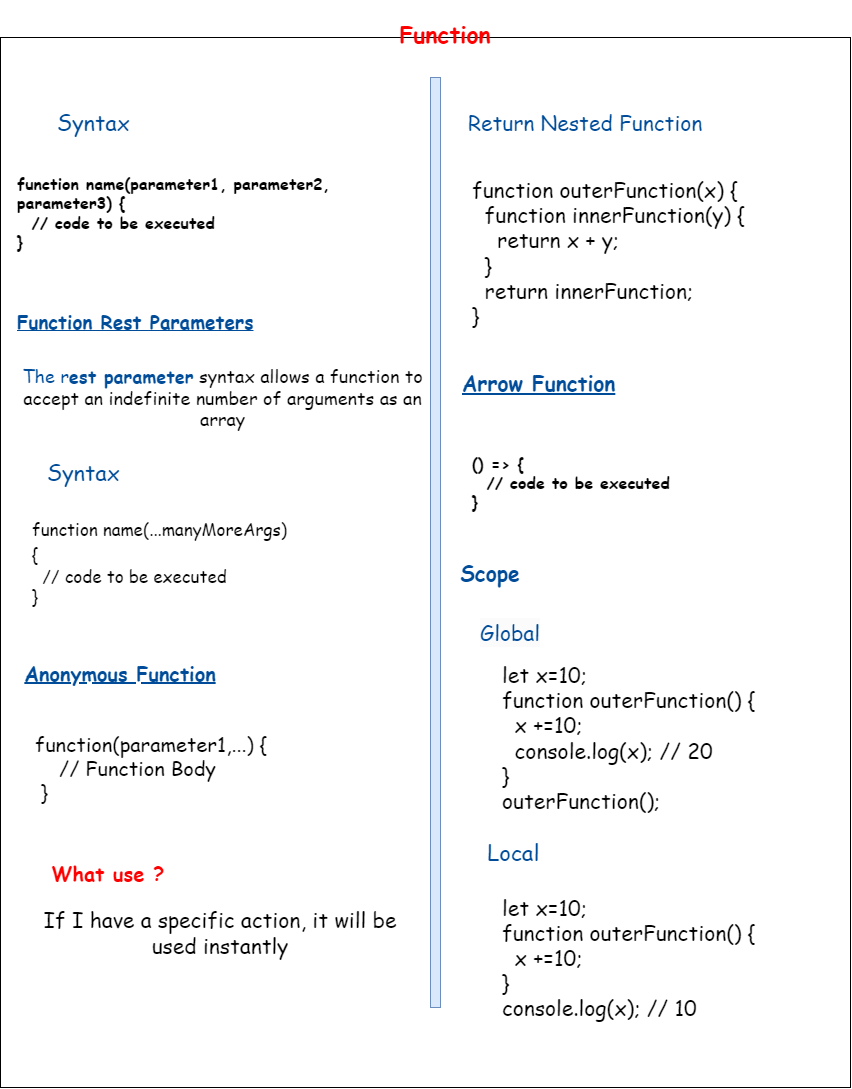
SABRY225/RoadMap-JS keeps this draw.io diagram as 7- Function/Diagram.png. Above is the earlier version. Source tidied: cells renumbered, new cells last; positions are measured from the earlier drawing's top-left corner, leaving out a move shared by most shapes. Source of this version:
```xml
<mxGraphModel>
  <root>
    <mxCell id="0" />
    <mxCell id="1" parent="0" />
    <mxCell id="2" style="rounded=0;whiteSpace=wrap;html=1;" parent="1" vertex="1">
      <mxGeometry y="20" width="850" height="1050" as="geometry" />
    </mxCell>
    <mxCell id="3" value="&lt;h1 style=&quot;&quot;&gt;&lt;font color=&quot;#ff0000&quot; style=&quot;font-size: 23px;&quot;&gt;Function&lt;/font&gt;&lt;/h1&gt;" style="text;html=1;strokeColor=none;fillColor=none;align=center;verticalAlign=middle;whiteSpace=wrap;rounded=0;fontFamily=Comic Sans MS;fontStyle=1;fontSize=13;" parent="1" vertex="1">
      <mxGeometry x="390" width="110" height="30" as="geometry" />
    </mxCell>
    <mxCell id="4" style="rounded=0;whiteSpace=wrap;html=1;fontFamily=Comic Sans MS;fontSize=21;fillColor=#dae8fc;strokeColor=#6c8ebf;" parent="1" vertex="1">
      <mxGeometry x="430" y="60" width="10" height="930" as="geometry" />
    </mxCell>
    <mxCell id="5" value="&lt;h4 style=&quot;box-sizing: inherit; font-weight: 400; margin: 10px 0px; text-align: start; background-color: rgb(255, 255, 255);&quot;&gt;&lt;font color=&quot;#004c99&quot; style=&quot;font-size: 22px;&quot;&gt;&amp;nbsp;Syntax&lt;/font&gt;&lt;/h4&gt;" style="text;html=1;strokeColor=none;fillColor=none;align=center;verticalAlign=middle;whiteSpace=wrap;rounded=0;fontSize=21;fontFamily=Comic Sans MS;fontColor=#FF0000;" parent="1" vertex="1">
      <mxGeometry x="40" y="90" width="100" height="30" as="geometry" />
    </mxCell>
    <mxCell id="6" value="&lt;div style=&quot;font-size: 16px;&quot;&gt;&lt;font color=&quot;#000000&quot; style=&quot;font-size: 16px;&quot;&gt;&lt;b&gt;&lt;font style=&quot;font-size: 16px;&quot;&gt;function name(parameter1, parameter2, parameter3)&lt;/font&gt;&lt;font style=&quot;font-size: 16px;&quot;&gt; {&lt;/font&gt;&lt;/b&gt;&lt;/font&gt;&lt;/div&gt;&lt;div style=&quot;font-size: 16px;&quot;&gt;&lt;font color=&quot;#000000&quot; style=&quot;font-size: 16px;&quot;&gt;&lt;b&gt;&amp;nbsp; // code to be executed&lt;/b&gt;&lt;/font&gt;&lt;/div&gt;&lt;div style=&quot;font-size: 16px;&quot;&gt;&lt;font color=&quot;#000000&quot; style=&quot;font-size: 16px;&quot;&gt;&lt;b&gt;}&lt;/b&gt;&lt;/font&gt;&lt;/div&gt;" style="text;html=1;strokeColor=none;fillColor=none;align=left;verticalAlign=middle;whiteSpace=wrap;rounded=0;fontSize=22;fontFamily=Comic Sans MS;fontColor=#FF0000;" parent="1" vertex="1">
      <mxGeometry x="15" y="150" width="415" height="90" as="geometry" />
    </mxCell>
    <mxCell id="7" value="&lt;u&gt;&lt;b&gt;&lt;font style=&quot;font-size: 19px;&quot;&gt;Function Rest Parameters&lt;/font&gt;&lt;/b&gt;&lt;/u&gt;" style="text;html=1;strokeColor=none;fillColor=none;align=left;verticalAlign=middle;whiteSpace=wrap;rounded=0;fontSize=16;fontFamily=Comic Sans MS;fontColor=#004C99;" parent="1" vertex="1">
      <mxGeometry x="15" y="290" width="265" height="30" as="geometry" />
    </mxCell>
    <mxCell id="8" value="The r&lt;b&gt;est parameter&lt;/b&gt; &lt;font color=&quot;#000000&quot;&gt;syntax allows a function to accept an indefinite number of arguments as an array&lt;/font&gt;" style="text;html=1;strokeColor=none;fillColor=none;align=center;verticalAlign=middle;whiteSpace=wrap;rounded=0;fontSize=18;fontFamily=Comic Sans MS;fontColor=#004C99;" parent="1" vertex="1">
      <mxGeometry x="15" y="350" width="415" height="60" as="geometry" />
    </mxCell>
    <mxCell id="9" value="&lt;h4 style=&quot;box-sizing: inherit; font-weight: 400; margin: 10px 0px; text-align: start; background-color: rgb(255, 255, 255);&quot;&gt;&lt;font color=&quot;#004c99&quot; style=&quot;font-size: 22px;&quot;&gt;&amp;nbsp;Syntax&lt;/font&gt;&lt;/h4&gt;" style="text;html=1;strokeColor=none;fillColor=none;align=center;verticalAlign=middle;whiteSpace=wrap;rounded=0;fontSize=21;fontFamily=Comic Sans MS;fontColor=#FF0000;" parent="1" vertex="1">
      <mxGeometry x="30" y="440" width="100" height="30" as="geometry" />
    </mxCell>
    <mxCell id="10" value="&lt;div style=&quot;font-size: 17px;&quot;&gt;&lt;font color=&quot;#000000&quot; style=&quot;font-size: 17px;&quot;&gt;&lt;font style=&quot;font-size: 17px;&quot;&gt;function name(...manyMoreArgs)&lt;/font&gt;&lt;/font&gt;&lt;/div&gt;&lt;font style=&quot;font-size: 17px;&quot;&gt;&lt;font style=&quot;color: rgb(0, 0, 0); background-color: initial; font-size: 17px;&quot;&gt;{&lt;/font&gt;&lt;font style=&quot;font-size: 17px;&quot; color=&quot;#000000&quot;&gt;&lt;br&gt;&lt;/font&gt;&lt;/font&gt;&lt;div style=&quot;font-size: 17px;&quot;&gt;&lt;font color=&quot;#000000&quot; style=&quot;font-size: 17px;&quot;&gt;&amp;nbsp; // code to be executed&lt;/font&gt;&lt;/div&gt;&lt;div style=&quot;font-size: 17px;&quot;&gt;&lt;font color=&quot;#000000&quot; style=&quot;font-size: 17px;&quot;&gt;}&lt;/font&gt;&lt;/div&gt;" style="text;html=1;strokeColor=none;fillColor=none;align=left;verticalAlign=middle;whiteSpace=wrap;rounded=0;fontSize=22;fontFamily=Comic Sans MS;fontColor=#FF0000;" parent="1" vertex="1">
      <mxGeometry x="30" y="500" width="380" height="90" as="geometry" />
    </mxCell>
    <mxCell id="11" value="&lt;b&gt;&lt;font color=&quot;#004c99&quot; style=&quot;font-size: 20px;&quot;&gt;&lt;u&gt;Anonymous Function&lt;/u&gt;&lt;/font&gt;&lt;/b&gt;" style="text;html=1;strokeColor=none;fillColor=none;align=center;verticalAlign=middle;whiteSpace=wrap;rounded=0;fontSize=17;fontFamily=Comic Sans MS;fontColor=#000000;" parent="1" vertex="1">
      <mxGeometry x="20" y="640" width="200" height="30" as="geometry" />
    </mxCell>
    <mxCell id="12" value="&lt;div&gt;function(parameter1,...) {&lt;/div&gt;&lt;div&gt;&amp;nbsp; &amp;nbsp; // Function Body&lt;/div&gt;&lt;div&gt;&amp;nbsp;}&lt;/div&gt;" style="text;html=1;strokeColor=none;fillColor=none;align=left;verticalAlign=middle;whiteSpace=wrap;rounded=0;fontSize=20;fontFamily=Comic Sans MS;fontColor=#000000;" parent="1" vertex="1">
      <mxGeometry x="32.5" y="700" width="247.5" height="100" as="geometry" />
    </mxCell>
    <mxCell id="13" value="&lt;font style=&quot;font-size: 21px;&quot;&gt;If I have a specific action, it will be used instantly&lt;/font&gt;" style="text;html=1;strokeColor=none;fillColor=none;align=center;verticalAlign=middle;whiteSpace=wrap;rounded=0;fontSize=20;fontFamily=Comic Sans MS;fontColor=#000000;" parent="1" vertex="1">
      <mxGeometry x="40" y="880" width="360" height="70" as="geometry" />
    </mxCell>
    <mxCell id="14" value="&lt;font color=&quot;#ff0000&quot;&gt;&lt;b&gt;What use ?&lt;/b&gt;&lt;/font&gt;" style="text;html=1;strokeColor=none;fillColor=none;align=center;verticalAlign=middle;whiteSpace=wrap;rounded=0;fontSize=20;fontFamily=Comic Sans MS;fontColor=#000000;" parent="1" vertex="1">
      <mxGeometry x="32.5" y="840" width="150" height="30" as="geometry" />
    </mxCell>
    <mxCell id="15" value="&lt;font color=&quot;#004c99&quot;&gt;Return Nested Function&lt;/font&gt;" style="text;html=1;strokeColor=none;fillColor=none;align=center;verticalAlign=middle;whiteSpace=wrap;rounded=0;fontSize=21;fontFamily=Comic Sans MS;fontColor=#FF0000;" parent="1" vertex="1">
      <mxGeometry x="460" y="90" width="250" height="30" as="geometry" />
    </mxCell>
    <mxCell id="16" value="&lt;div&gt;&lt;span style=&quot;color: rgb(0, 0, 0); background-color: initial;&quot;&gt;function outerFunction(x) {&lt;/span&gt;&lt;br&gt;&lt;/div&gt;&lt;div&gt;&lt;font color=&quot;#000000&quot;&gt;&amp;nbsp; function innerFunction(y) {&lt;/font&gt;&lt;/div&gt;&lt;div&gt;&lt;font color=&quot;#000000&quot;&gt;&amp;nbsp; &amp;nbsp; return x + y;&lt;/font&gt;&lt;/div&gt;&lt;div&gt;&lt;font color=&quot;#000000&quot;&gt;&amp;nbsp; }&lt;/font&gt;&lt;/div&gt;&lt;div&gt;&lt;font color=&quot;#000000&quot;&gt;&amp;nbsp; return innerFunction;&lt;/font&gt;&lt;/div&gt;&lt;div&gt;&lt;font color=&quot;#000000&quot;&gt;}&lt;/font&gt;&lt;/div&gt;" style="text;html=1;strokeColor=none;fillColor=none;align=left;verticalAlign=middle;whiteSpace=wrap;rounded=0;fontSize=21;fontFamily=Comic Sans MS;fontColor=#004C99;" parent="1" vertex="1">
      <mxGeometry x="470" y="140" width="340" height="190" as="geometry" />
    </mxCell>
    <mxCell id="17" value="&lt;b&gt;&lt;u&gt;&lt;font color=&quot;#004c99&quot;&gt;Arrow Function &lt;/font&gt;&lt;/u&gt;&lt;/b&gt;" style="text;html=1;strokeColor=none;fillColor=none;align=left;verticalAlign=middle;whiteSpace=wrap;rounded=0;fontSize=21;fontFamily=Comic Sans MS;fontColor=#000000;" parent="1" vertex="1">
      <mxGeometry x="460" y="350" width="180" height="30" as="geometry" />
    </mxCell>
    <mxCell id="18" value="&lt;div style=&quot;font-size: 16px;&quot;&gt;&lt;font color=&quot;#000000&quot; style=&quot;font-size: 16px;&quot;&gt;&lt;b&gt;&lt;font style=&quot;font-size: 16px;&quot;&gt;() =&amp;gt;&amp;nbsp;&lt;/font&gt;&lt;/b&gt;&lt;/font&gt;&lt;b style=&quot;color: rgb(0, 0, 0); background-color: initial;&quot;&gt;{&lt;/b&gt;&lt;/div&gt;&lt;div style=&quot;font-size: 16px;&quot;&gt;&lt;font color=&quot;#000000&quot; style=&quot;font-size: 16px;&quot;&gt;&lt;b&gt;&amp;nbsp; // code to be executed&lt;/b&gt;&lt;/font&gt;&lt;/div&gt;&lt;div style=&quot;font-size: 16px;&quot;&gt;&lt;font color=&quot;#000000&quot; style=&quot;font-size: 16px;&quot;&gt;&lt;b&gt;}&lt;/b&gt;&lt;/font&gt;&lt;/div&gt;" style="text;html=1;strokeColor=none;fillColor=none;align=left;verticalAlign=middle;whiteSpace=wrap;rounded=0;fontSize=22;fontFamily=Comic Sans MS;fontColor=#FF0000;" parent="1" vertex="1">
      <mxGeometry x="470" y="420" width="370" height="90" as="geometry" />
    </mxCell>
    <mxCell id="19" value="&lt;b&gt;Scope&lt;/b&gt;" style="text;html=1;strokeColor=none;fillColor=none;align=center;verticalAlign=middle;whiteSpace=wrap;rounded=0;fontSize=21;fontFamily=Comic Sans MS;fontColor=#004C99;" parent="1" vertex="1">
      <mxGeometry x="460" y="540" width="60" height="30" as="geometry" />
    </mxCell>
    <mxCell id="20" value="&lt;font style=&quot;font-size: 22px;&quot;&gt;&amp;nbsp;Local&lt;/font&gt;" style="text;html=1;strokeColor=none;fillColor=none;align=center;verticalAlign=middle;whiteSpace=wrap;rounded=0;fontSize=21;fontFamily=Comic Sans MS;fontColor=#004C99;" parent="1" vertex="1">
      <mxGeometry x="470" y="820" width="80" height="30" as="geometry" />
    </mxCell>
    <mxCell id="21" value="&lt;span style=&quot;color: rgb(0, 76, 153); font-family: &amp;quot;Comic Sans MS&amp;quot;; font-size: 21px; font-style: normal; font-variant-ligatures: normal; font-variant-caps: normal; font-weight: 400; letter-spacing: normal; orphans: 2; text-align: center; text-indent: 0px; text-transform: none; widows: 2; word-spacing: 0px; -webkit-text-stroke-width: 0px; background-color: rgb(251, 251, 251); text-decoration-thickness: initial; text-decoration-style: initial; text-decoration-color: initial; float: none; display: inline !important;&quot;&gt;Global&lt;/span&gt;" style="text;html=1;strokeColor=none;fillColor=none;align=center;verticalAlign=middle;whiteSpace=wrap;rounded=0;fontSize=21;fontFamily=Comic Sans MS;fontColor=#004C99;" parent="1" vertex="1">
      <mxGeometry x="460" y="600" width="100" height="30" as="geometry" />
    </mxCell>
    <mxCell id="22" value="&lt;div&gt;&lt;font color=&quot;#000000&quot;&gt;let x=10;&lt;/font&gt;&lt;/div&gt;&lt;div&gt;&lt;font color=&quot;#000000&quot;&gt;function outerFunction() {&lt;/font&gt;&lt;/div&gt;&lt;div&gt;&lt;font color=&quot;#000000&quot;&gt;&amp;nbsp; x +=10;&lt;/font&gt;&lt;/div&gt;&lt;div&gt;&lt;font color=&quot;#000000&quot;&gt;&amp;nbsp; console.log(x); // 20&lt;/font&gt;&lt;/div&gt;&lt;div&gt;&lt;font color=&quot;#000000&quot;&gt;}&lt;/font&gt;&lt;/div&gt;&lt;div&gt;&lt;font color=&quot;#000000&quot;&gt;outerFunction();&lt;/font&gt;&lt;/div&gt;" style="text;html=1;align=left;verticalAlign=middle;whiteSpace=wrap;rounded=0;fontSize=21;fontFamily=Comic Sans MS;" parent="1" vertex="1">
      <mxGeometry x="500" y="640" width="300" height="160" as="geometry" />
    </mxCell>
    <mxCell id="23" value="&lt;font color=&quot;#000000&quot;&gt;let x=10;&lt;br&gt;function outerFunction() {&lt;br&gt;&amp;nbsp; x +=10;&lt;br&gt;}&lt;br&gt;console.log(x); // 10&lt;/font&gt;" style="text;html=1;strokeColor=none;fillColor=none;align=left;verticalAlign=middle;whiteSpace=wrap;rounded=0;fontSize=21;fontFamily=Comic Sans MS;fontColor=#004C99;" parent="1" vertex="1">
      <mxGeometry x="500" y="870" width="300" height="140" as="geometry" />
    </mxCell>
  </root>
</mxGraphModel>
```
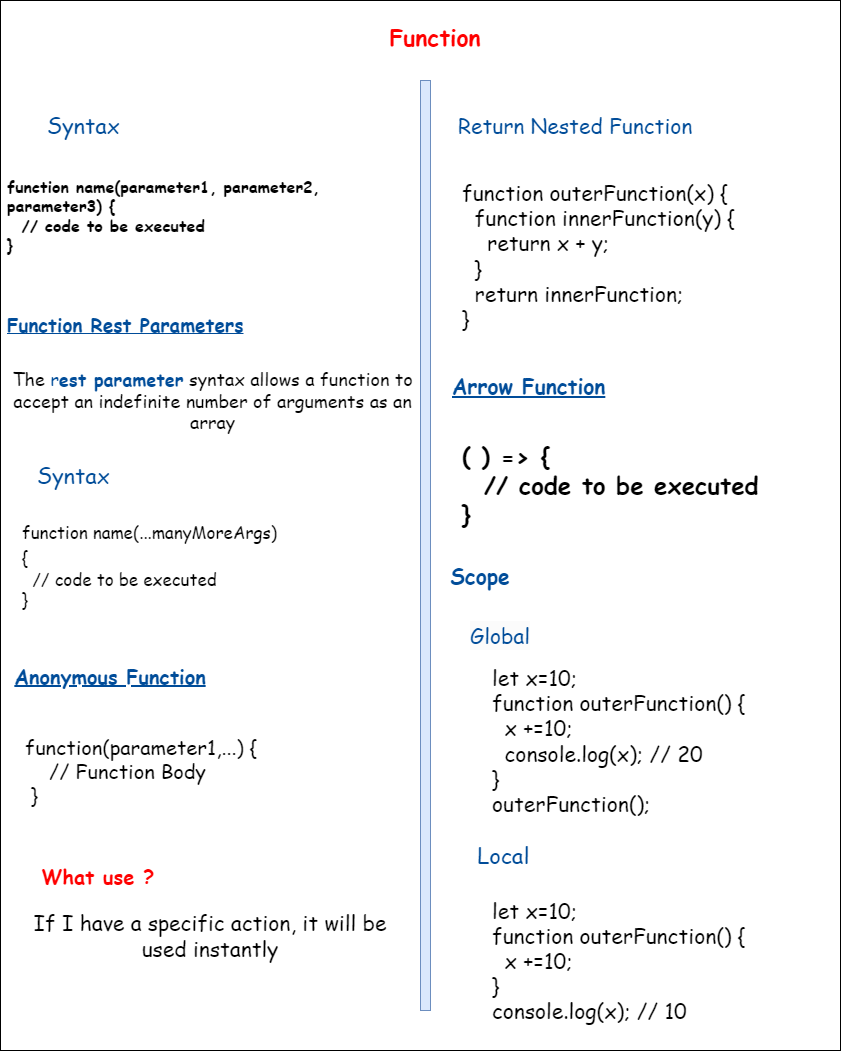
After the change.

Commit message:
add Edite in File Function

The edit, as a diff of the source:
```diff
@@ -3,7 +3,7 @@
     <mxCell id="0" />
     <mxCell id="1" parent="0" />
     <mxCell id="2" style="rounded=0;whiteSpace=wrap;html=1;" parent="1" vertex="1">
-      <mxGeometry y="20" width="850" height="1050" as="geometry" />
+      <mxGeometry x="10" y="-20" width="840" height="1050" as="geometry" />
     </mxCell>
     <mxCell id="3" value="&lt;h1 style=&quot;&quot;&gt;&lt;font color=&quot;#ff0000&quot; style=&quot;font-size: 23px;&quot;&gt;Function&lt;/font&gt;&lt;/h1&gt;" style="text;html=1;strokeColor=none;fillColor=none;align=center;verticalAlign=middle;whiteSpace=wrap;rounded=0;fontFamily=Comic Sans MS;fontStyle=1;fontSize=13;" parent="1" vertex="1">
       <mxGeometry x="390" width="110" height="30" as="geometry" />
@@ -20,7 +20,7 @@
     <mxCell id="7" value="&lt;u&gt;&lt;b&gt;&lt;font style=&quot;font-size: 19px;&quot;&gt;Function Rest Parameters&lt;/font&gt;&lt;/b&gt;&lt;/u&gt;" style="text;html=1;strokeColor=none;fillColor=none;align=left;verticalAlign=middle;whiteSpace=wrap;rounded=0;fontSize=16;fontFamily=Comic Sans MS;fontColor=#004C99;" parent="1" vertex="1">
       <mxGeometry x="15" y="290" width="265" height="30" as="geometry" />
     </mxCell>
-    <mxCell id="8" value="The r&lt;b&gt;est parameter&lt;/b&gt; &lt;font color=&quot;#000000&quot;&gt;syntax allows a function to accept an indefinite number of arguments as an array&lt;/font&gt;" style="text;html=1;strokeColor=none;fillColor=none;align=center;verticalAlign=middle;whiteSpace=wrap;rounded=0;fontSize=18;fontFamily=Comic Sans MS;fontColor=#004C99;" parent="1" vertex="1">
+    <mxCell id="8" value="&lt;font color=&quot;#000000&quot;&gt;The &lt;/font&gt;r&lt;b&gt;est parameter&lt;/b&gt; &lt;font color=&quot;#000000&quot;&gt;syntax allows a function to accept an indefinite number of arguments as an array&lt;/font&gt;" style="text;html=1;strokeColor=none;fillColor=none;align=center;verticalAlign=middle;whiteSpace=wrap;rounded=0;fontSize=18;fontFamily=Comic Sans MS;fontColor=#004C99;" parent="1" vertex="1">
       <mxGeometry x="15" y="350" width="415" height="60" as="geometry" />
     </mxCell>
     <mxCell id="9" value="&lt;h4 style=&quot;box-sizing: inherit; font-weight: 400; margin: 10px 0px; text-align: start; background-color: rgb(255, 255, 255);&quot;&gt;&lt;font color=&quot;#004c99&quot; style=&quot;font-size: 22px;&quot;&gt;&amp;nbsp;Syntax&lt;/font&gt;&lt;/h4&gt;" style="text;html=1;strokeColor=none;fillColor=none;align=center;verticalAlign=middle;whiteSpace=wrap;rounded=0;fontSize=21;fontFamily=Comic Sans MS;fontColor=#FF0000;" parent="1" vertex="1">
@@ -50,7 +50,7 @@
     <mxCell id="17" value="&lt;b&gt;&lt;u&gt;&lt;font color=&quot;#004c99&quot;&gt;Arrow Function &lt;/font&gt;&lt;/u&gt;&lt;/b&gt;" style="text;html=1;strokeColor=none;fillColor=none;align=left;verticalAlign=middle;whiteSpace=wrap;rounded=0;fontSize=21;fontFamily=Comic Sans MS;fontColor=#000000;" parent="1" vertex="1">
       <mxGeometry x="460" y="350" width="180" height="30" as="geometry" />
     </mxCell>
-    <mxCell id="18" value="&lt;div style=&quot;font-size: 16px;&quot;&gt;&lt;font color=&quot;#000000&quot; style=&quot;font-size: 16px;&quot;&gt;&lt;b&gt;&lt;font style=&quot;font-size: 16px;&quot;&gt;() =&amp;gt;&amp;nbsp;&lt;/font&gt;&lt;/b&gt;&lt;/font&gt;&lt;b style=&quot;color: rgb(0, 0, 0); background-color: initial;&quot;&gt;{&lt;/b&gt;&lt;/div&gt;&lt;div style=&quot;font-size: 16px;&quot;&gt;&lt;font color=&quot;#000000&quot; style=&quot;font-size: 16px;&quot;&gt;&lt;b&gt;&amp;nbsp; // code to be executed&lt;/b&gt;&lt;/font&gt;&lt;/div&gt;&lt;div style=&quot;font-size: 16px;&quot;&gt;&lt;font color=&quot;#000000&quot; style=&quot;font-size: 16px;&quot;&gt;&lt;b&gt;}&lt;/b&gt;&lt;/font&gt;&lt;/div&gt;" style="text;html=1;strokeColor=none;fillColor=none;align=left;verticalAlign=middle;whiteSpace=wrap;rounded=0;fontSize=22;fontFamily=Comic Sans MS;fontColor=#FF0000;" parent="1" vertex="1">
+    <mxCell id="18" value="&lt;div style=&quot;font-size: 24px;&quot;&gt;&lt;font style=&quot;font-size: 24px;&quot;&gt;&lt;font color=&quot;#000000&quot; style=&quot;font-size: 24px;&quot;&gt;&lt;b style=&quot;&quot;&gt;&lt;font style=&quot;font-size: 24px;&quot;&gt;( ) =&amp;gt;&amp;nbsp;&lt;/font&gt;&lt;/b&gt;&lt;/font&gt;&lt;b style=&quot;color: rgb(0, 0, 0); background-color: initial;&quot;&gt;{&lt;/b&gt;&lt;/font&gt;&lt;/div&gt;&lt;div style=&quot;font-size: 24px;&quot;&gt;&lt;font color=&quot;#000000&quot; style=&quot;font-size: 24px;&quot;&gt;&lt;b&gt;&amp;nbsp; // code to be executed&lt;/b&gt;&lt;/font&gt;&lt;/div&gt;&lt;div style=&quot;font-size: 24px;&quot;&gt;&lt;font color=&quot;#000000&quot; style=&quot;font-size: 24px;&quot;&gt;&lt;b style=&quot;&quot;&gt;}&lt;/b&gt;&lt;/font&gt;&lt;/div&gt;" style="text;html=1;strokeColor=none;fillColor=none;align=left;verticalAlign=middle;whiteSpace=wrap;rounded=0;fontSize=22;fontFamily=Comic Sans MS;fontColor=#FF0000;" parent="1" vertex="1">
       <mxGeometry x="470" y="420" width="370" height="90" as="geometry" />
     </mxCell>
     <mxCell id="19" value="&lt;b&gt;Scope&lt;/b&gt;" style="text;html=1;strokeColor=none;fillColor=none;align=center;verticalAlign=middle;whiteSpace=wrap;rounded=0;fontSize=21;fontFamily=Comic Sans MS;fontColor=#004C99;" parent="1" vertex="1">
```
